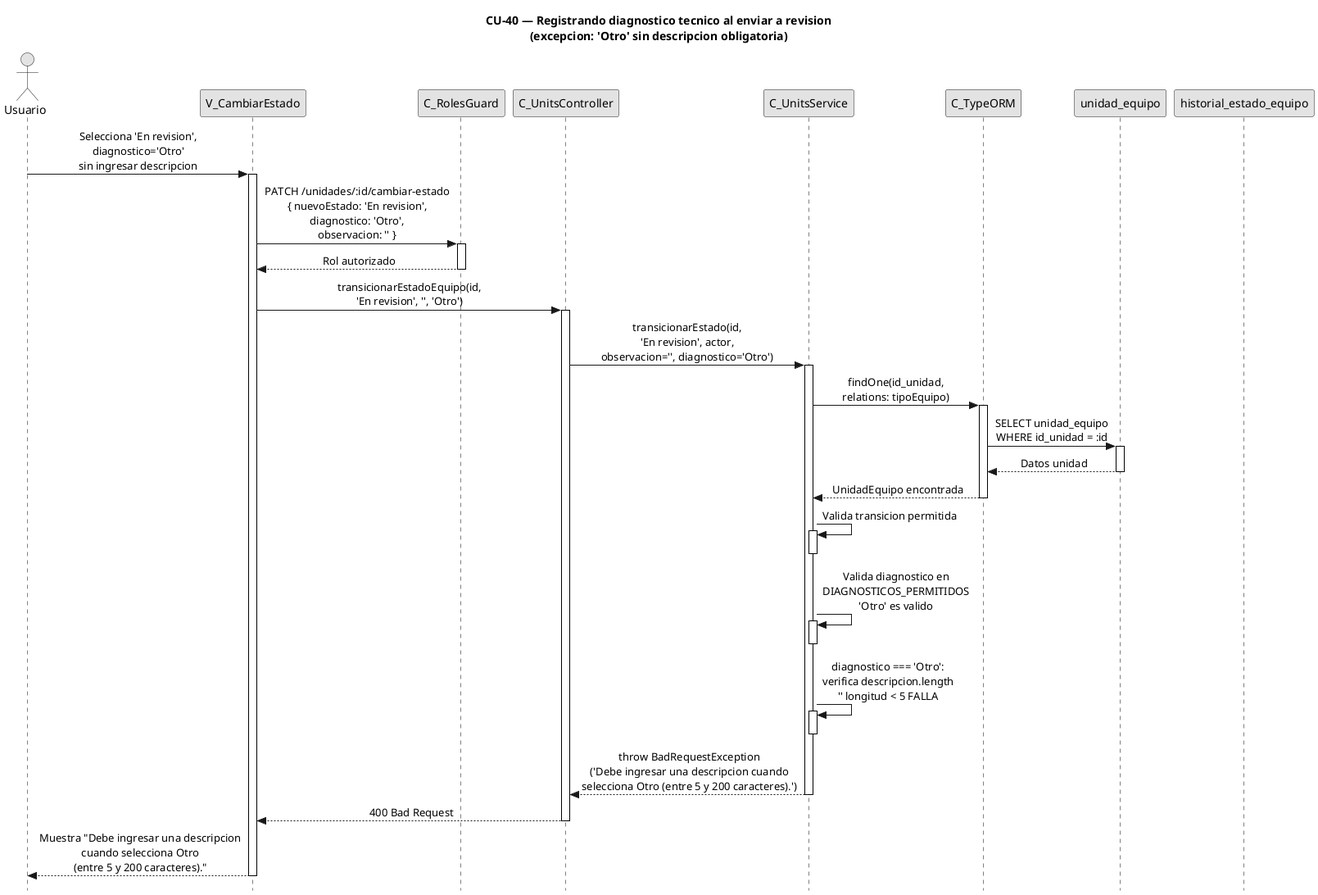
This is diagramas/diagramas-secuencia/CU40/CU40-exc-diagnostico-sin-descripcion.png from FSM-Finet-y-Cable-Magico/Team_1-Inventario-y-Bodega, a PlantUML export, as it was before one commit. The source it was exported from:
```plantuml
@startuml CU40-exc-diagnostico-sin-descripcion
title CU-40 — Registrando diagnostico tecnico al enviar a revision\n(excepcion: 'Otro' sin descripcion obligatoria)

skinparam style strictuml
skinparam monochrome true
skinparam shadowing false
skinparam sequenceMessageAlign center
skinparam sequence {
  MessageAlign center
  LifeLineBorderColor black
}
hide footbox

actor "Usuario" as user
participant "V_CambiarEstado" as view
participant "C_RolesGuard" as guard
participant "C_UnitsController" as ctrl
participant "C_UnitsService" as svc
participant "C_TypeORM" as orm
participant "unidad_equipo" as uent
participant "historial_estado_equipo" as hent

user -> view : Selecciona 'En revision',\ndiagnostico='Otro'\nsin ingresar descripcion
activate view

view -> guard : PATCH /unidades/:id/cambiar-estado\n{ nuevoEstado: 'En revision',\ndiagnostico: 'Otro',\nobservacion: '' }
activate guard

guard --> view : Rol autorizado
deactivate guard

view -> ctrl : transicionarEstadoEquipo(id,\n'En revision', '', 'Otro')
activate ctrl

ctrl -> svc : transicionarEstado(id,\n'En revision', actor,\nobservacion='', diagnostico='Otro')
activate svc

svc -> orm : findOne(id_unidad,\nrelations: tipoEquipo)
activate orm

orm -> uent : SELECT unidad_equipo\nWHERE id_unidad = :id
activate uent
uent --> orm : Datos unidad
deactivate uent

orm --> svc : UnidadEquipo encontrada
deactivate orm

svc -> svc : Valida transicion permitida
activate svc
deactivate svc

svc -> svc : Valida diagnostico en\nDIAGNOSTICOS_PERMITIDOS\n'Otro' es valido
activate svc
deactivate svc

svc -> svc : diagnostico === 'Otro':\nverifica descripcion.length\n'' longitud < 5 FALLA
activate svc
deactivate svc

svc --> ctrl : throw BadRequestException\n('Debe ingresar una descripcion cuando\nselecciona Otro (entre 5 y 200 caracteres).')
deactivate svc

ctrl --> view : 400 Bad Request
deactivate ctrl

view --> user : Muestra "Debe ingresar una descripcion\ncuando selecciona Otro\n(entre 5 y 200 caracteres)."
deactivate view

@enduml
```
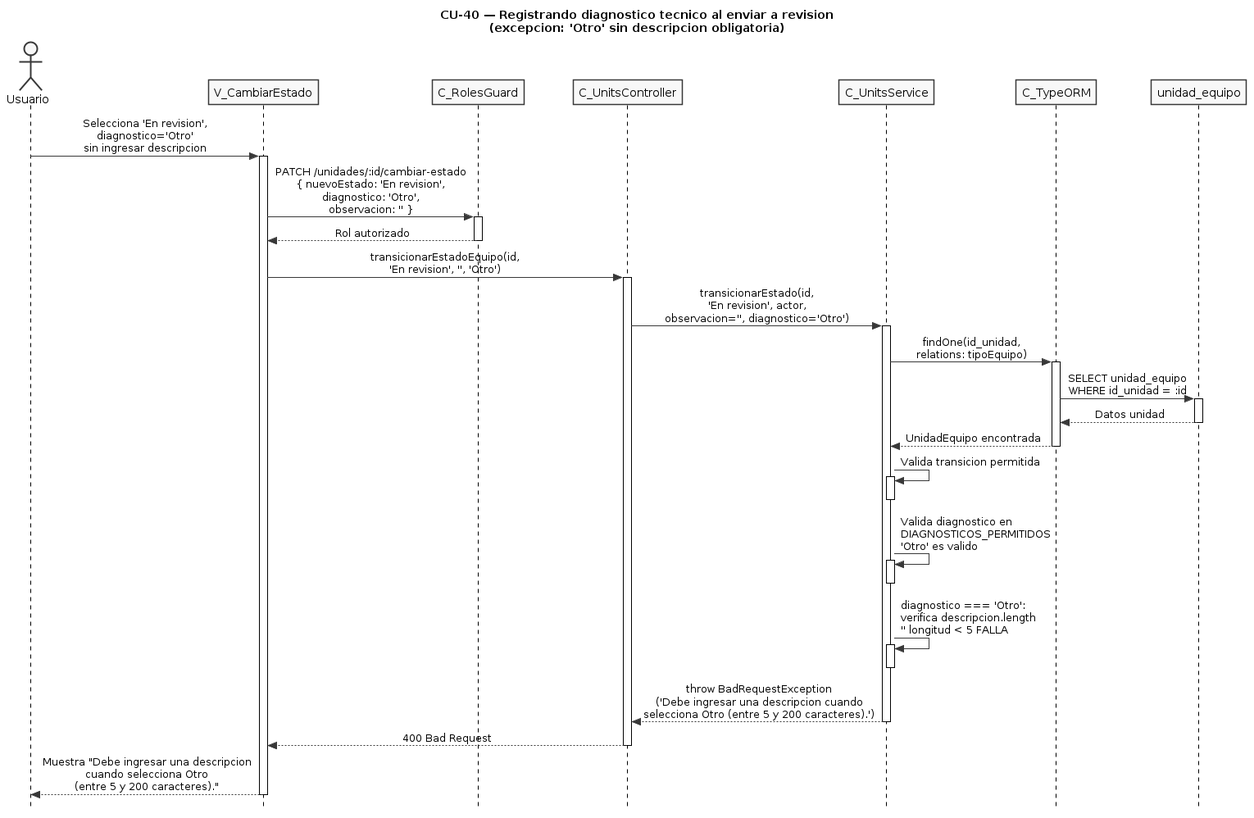
After the commit.

Diff of the diagram source:
```diff
@@ -5,6 +5,8 @@
 skinparam monochrome true
 skinparam shadowing false
 skinparam sequenceMessageAlign center
+skinparam ParticipantPadding 25
+skinparam ActorPadding 20
 skinparam sequence {
   MessageAlign center
   LifeLineBorderColor black
@@ -18,7 +20,6 @@
 participant "C_UnitsService" as svc
 participant "C_TypeORM" as orm
 participant "unidad_equipo" as uent
-participant "historial_estado_equipo" as hent
 
 user -> view : Selecciona 'En revision',\ndiagnostico='Otro'\nsin ingresar descripcion
 activate view
```
